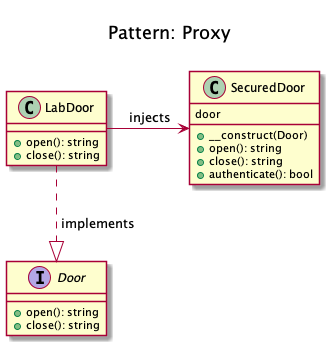
Earlier version of the PlantUML export patterns/structural/proxy/kamran-ahmed/diagram.png (rosselli/design-patterns-implemented.concepts). Source of this version:
```plantuml
@startuml
    Title <size:20>\nPattern: Proxy\n

    interface Door {
        + open(): string
        + close(): string
    }

    class LabDoor {
        + open(): string
        + close(): string
    }

    class SecuredDoor {
door
    	+ __construct(Door)
        + open(): string
        + close(): string
        + authenticate(): bool
    }

	LabDoor ..|> Door: " implements"
	SecuredDoor <-right- LabDoor: " injects"
@enduml
```
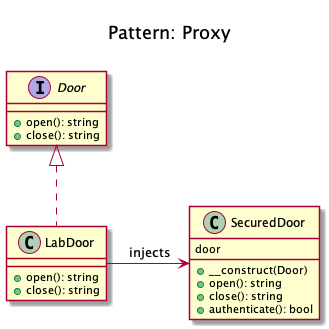
Above is the later version.

The edit, as a diff of the source:
```diff
@@ -6,7 +6,7 @@
         + close(): string
     }
 
-    class LabDoor {
+    class LabDoor implements Door {
         + open(): string
         + close(): string
     }
@@ -19,6 +19,5 @@
         + authenticate(): bool
     }
 
-	LabDoor ..|> Door: " implements"
-	SecuredDoor <-right- LabDoor: " injects"
+	LabDoor -right-> SecuredDoor: " injects"
 @enduml
```
